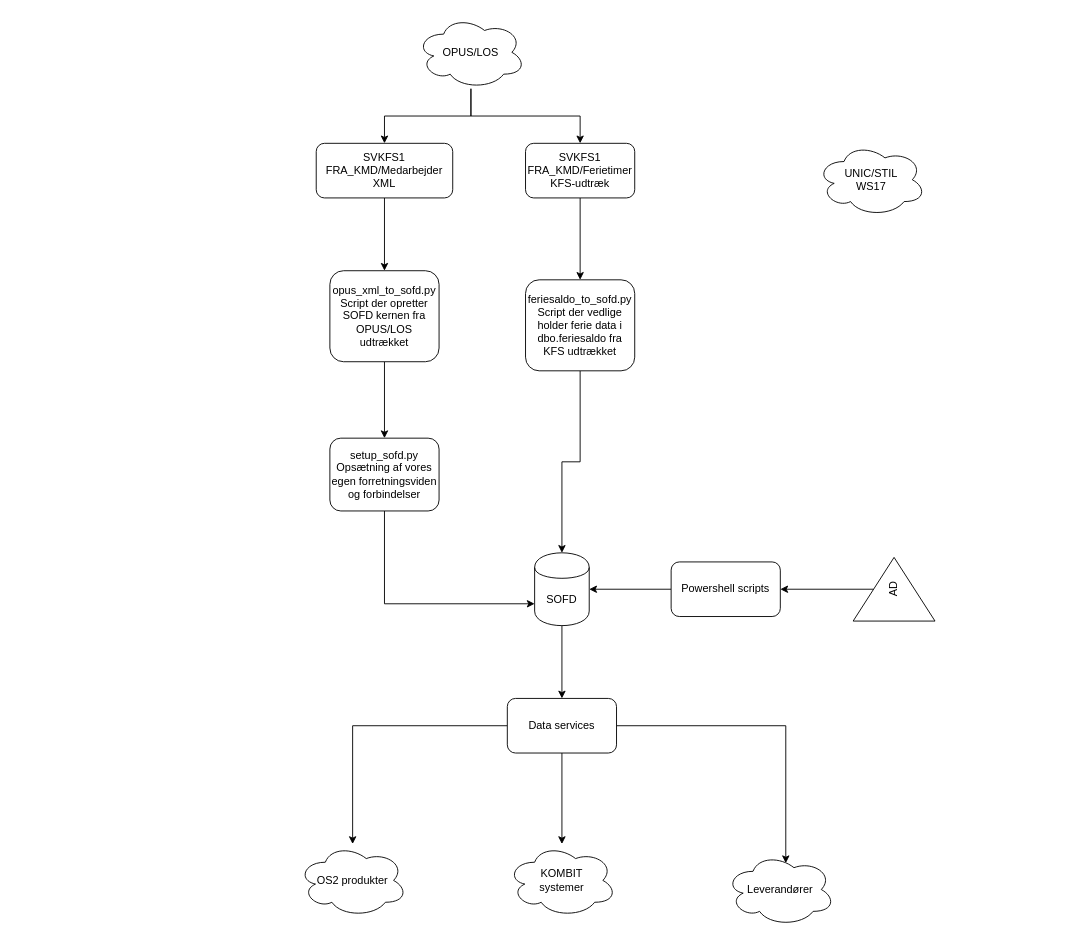
This is SOFD_overordnet.drawio from Skanderborg/SOFD, a draw.io file, before an edit. Source tidied: cells renumbered, new cells numbered last; positions are measured from the earlier drawing's top-left corner, leaving out a move shared by most shapes. Both pictures are drawn from the tidied source at 91%, with x=0, y=0 at pixel (298, 15).
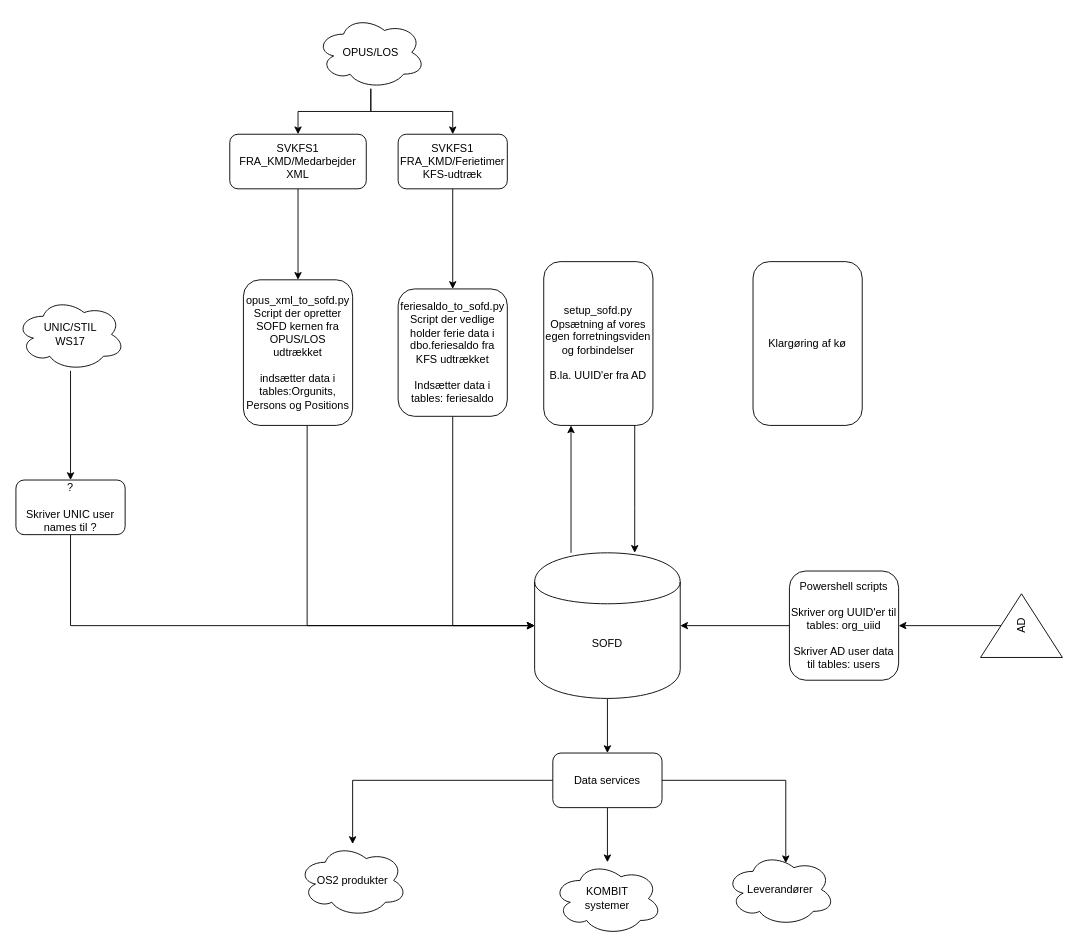
Above is the later version.

What changed in the source:
```diff
@@
     <mxCell id="4" value="OPUS/LOS" style="ellipse;shape=cloud;whiteSpace=wrap;html=1;" parent="1" vertex="1">
-      <mxGeometry x="130" width="120" height="80" as="geometry" />
+      <mxGeometry x="20" width="120" height="80" as="geometry" />
     </mxCell>
@@
     <mxCell id="6" value="&lt;div&gt;SVKFS1&lt;/div&gt;&lt;div&gt;FRA_KMD/Medarbejder&lt;br&gt;XML&lt;br&gt;&lt;/div&gt;" style="rounded=1;whiteSpace=wrap;html=1;" parent="1" vertex="1">
-      <mxGeometry x="20" y="140" width="150" height="60" as="geometry" />
+      <mxGeometry x="-75" y="130" width="150" height="60" as="geometry" />
     </mxCell>
@@
     <mxCell id="8" value="&lt;div&gt;SVKFS1&lt;/div&gt;&lt;div&gt;FRA_KMD/Ferietimer&lt;/div&gt;&lt;div&gt;KFS-udtræk&lt;br&gt;&lt;/div&gt;" style="rounded=1;whiteSpace=wrap;html=1;" parent="1" vertex="1">
-      <mxGeometry x="250" y="140" width="120" height="60" as="geometry" />
+      <mxGeometry x="110" y="130" width="120" height="60" as="geometry" />
     </mxCell>
@@
+    <mxCell id="29" style="edgeStyle=orthogonalEdgeStyle;rounded=0;jettySize=auto;html=1;" parent="1" edge="1" source="10" target="14">
+      <mxGeometry relative="1" as="geometry">
+        <Array as="points">
+          <mxPoint x="300" y="520" />
+          <mxPoint x="300" y="520" />
+        </Array>
+      </mxGeometry>
+    </mxCell>
     <mxCell id="10" value="SOFD" style="shape=cylinder;whiteSpace=wrap;html=1;boundedLbl=1;backgroundOutline=1;" parent="1" vertex="1">
-      <mxGeometry x="260" y="590" width="60" height="80" as="geometry" />
+      <mxGeometry x="260" y="590" width="160" height="160" as="geometry" />
     </mxCell>
-    <mxCell id="11" style="edgeStyle=orthogonalEdgeStyle;rounded=0;jettySize=auto;html=1;" parent="1" edge="1" source="12" target="14">
-      <mxGeometry relative="1" as="geometry" />
-    </mxCell>
+    <mxCell id="30" style="edgeStyle=orthogonalEdgeStyle;rounded=0;jettySize=auto;html=1;entryX=0;entryY=0.5;entryDx=0;entryDy=0;" parent="1" edge="1" source="12" target="10">
+      <mxGeometry relative="1" as="geometry">
+        <Array as="points">
+          <mxPoint x="10" y="670" />
+        </Array>
+      </mxGeometry>
+    </mxCell>
-    <mxCell id="12" value="&lt;div&gt;opus_xml_to_sofd.py&lt;/div&gt;&lt;div&gt;Script der opretter SOFD kernen fra OPUS/LOS udtrækket&lt;br&gt;&lt;/div&gt;" style="rounded=1;whiteSpace=wrap;html=1;" parent="1" vertex="1">
-      <mxGeometry x="35" y="280" width="120" height="100" as="geometry" />
+    <mxCell id="12" value="&lt;div&gt;opus_xml_to_sofd.py&lt;/div&gt;&lt;div&gt;Script der opretter SOFD kernen fra OPUS/LOS udtrækket&lt;br&gt;&lt;/div&gt;&lt;div&gt;&lt;br&gt;&lt;/div&gt;&lt;div&gt;indsætter data i tables:Orgunits, Persons og Positions&lt;br&gt;&lt;/div&gt;" style="rounded=1;whiteSpace=wrap;html=1;" parent="1" vertex="1">
+      <mxGeometry x="-60" y="290" width="120" height="160" as="geometry" />
     </mxCell>
-    <mxCell id="13" style="edgeStyle=orthogonalEdgeStyle;rounded=0;jettySize=auto;html=1;entryX=0;entryY=0.7;entryDx=0;entryDy=0;" parent="1" edge="1" source="14" target="10">
+    <mxCell id="13" style="edgeStyle=orthogonalEdgeStyle;rounded=0;jettySize=auto;html=1;" parent="1" edge="1" source="14" target="10">
       <mxGeometry relative="1" as="geometry">
         <Array as="points">
-          <mxPoint x="95" y="646" />
+          <mxPoint x="370" y="540" />
+          <mxPoint x="370" y="540" />
         </Array>
       </mxGeometry>
     </mxCell>
-    <mxCell id="14" value="&lt;div&gt;setup_sofd.py&lt;/div&gt;&lt;div&gt;Opsætning af vores egen forretningsviden og forbindelser&lt;br&gt;&lt;/div&gt;" style="rounded=1;whiteSpace=wrap;html=1;" parent="1" vertex="1">
-      <mxGeometry x="35" y="464" width="120" height="80" as="geometry" />
+    <mxCell id="14" value="&lt;div&gt;setup_sofd.py&lt;/div&gt;&lt;div&gt;Opsætning af vores egen forretningsviden og forbindelser&lt;/div&gt;&lt;div&gt;&lt;br&gt;&lt;/div&gt;&lt;div&gt;B.la. UUID'er fra AD&lt;br&gt;&lt;/div&gt;" style="rounded=1;whiteSpace=wrap;html=1;" parent="1" vertex="1">
+      <mxGeometry x="270" y="270" width="120" height="180" as="geometry" />
     </mxCell>
+    <mxCell id="31" style="edgeStyle=orthogonalEdgeStyle;rounded=0;jettySize=auto;html=1;" parent="1" edge="1" source="15" target="33">
+      <mxGeometry relative="1" as="geometry" />
+    </mxCell>
     <mxCell id="15" value="&lt;div&gt;UNIC/STIL&lt;/div&gt;&lt;div&gt;WS17&lt;br&gt;&lt;/div&gt;" style="ellipse;shape=cloud;whiteSpace=wrap;html=1;" parent="1" vertex="1">
-      <mxGeometry x="570" y="140" width="120" height="80" as="geometry" />
+      <mxGeometry x="-310" y="310" width="120" height="80" as="geometry" />
     </mxCell>
@@
     <mxCell id="17" value="AD" style="triangle;whiteSpace=wrap;html=1;rotation=-90;" parent="1" vertex="1">
-      <mxGeometry x="620" y="585" width="70" height="90" as="geometry" />
+      <mxGeometry x="760" y="625" width="70" height="90" as="geometry" />
     </mxCell>
@@
-    <mxCell id="19" value="Powershell scripts" style="rounded=1;whiteSpace=wrap;html=1;" parent="1" vertex="1">
-      <mxGeometry x="410" y="600" width="120" height="60" as="geometry" />
+    <mxCell id="19" value="&lt;div&gt;Powershell scripts&lt;/div&gt;&lt;div&gt;&lt;br&gt;&lt;/div&gt;&lt;div&gt;Skriver org UUID'er til &lt;br&gt;&lt;/div&gt;&lt;div&gt;tables: org_uiid&lt;/div&gt;&lt;div&gt;&lt;br&gt;&lt;/div&gt;&lt;div&gt;Skriver AD user data til tables: users&lt;br&gt;&lt;/div&gt;" style="rounded=1;whiteSpace=wrap;html=1;" parent="1" vertex="1">
+      <mxGeometry x="540" y="610" width="120" height="120" as="geometry" />
     </mxCell>
@@
     <mxCell id="23" value="Data services" style="rounded=1;whiteSpace=wrap;html=1;" parent="1" vertex="1">
-      <mxGeometry x="230" y="750" width="120" height="60" as="geometry" />
+      <mxGeometry x="280" y="810" width="120" height="60" as="geometry" />
     </mxCell>
@@
     <mxCell id="25" value="&lt;div&gt;KOMBIT&lt;/div&gt;&lt;div&gt;systemer&lt;/div&gt;" style="ellipse;shape=cloud;whiteSpace=wrap;html=1;" parent="1" vertex="1">
-      <mxGeometry x="230" y="910" width="120" height="80" as="geometry" />
+      <mxGeometry x="280" y="930" width="120" height="80" as="geometry" />
     </mxCell>
@@
     <mxCell id="27" style="edgeStyle=orthogonalEdgeStyle;rounded=0;jettySize=auto;html=1;" parent="1" edge="1" source="28" target="10">
-      <mxGeometry relative="1" as="geometry" />
+      <mxGeometry relative="1" as="geometry">
+        <Array as="points">
+          <mxPoint x="170" y="670" />
+        </Array>
+      </mxGeometry>
     </mxCell>
-    <mxCell id="28" value="&lt;div&gt;feriesaldo_to_sofd.py&lt;/div&gt;&lt;div&gt;Script der vedlige holder ferie data i dbo.feriesaldo fra KFS udtrækket&lt;br&gt;&lt;/div&gt;" style="rounded=1;whiteSpace=wrap;html=1;" parent="1" vertex="1">
-      <mxGeometry x="250" y="290" width="120" height="100" as="geometry" />
+    <mxCell id="28" value="&lt;div&gt;feriesaldo_to_sofd.py&lt;/div&gt;&lt;div&gt;Script der vedlige holder ferie data i dbo.feriesaldo fra KFS udtrækket&lt;br&gt;&lt;/div&gt;&lt;div&gt;&lt;br&gt;&lt;/div&gt;&lt;div&gt;Indsætter data i tables: feriesaldo&lt;br&gt;&lt;/div&gt;" style="rounded=1;whiteSpace=wrap;html=1;" parent="1" vertex="1">
+      <mxGeometry x="110" y="300" width="120" height="140" as="geometry" />
     </mxCell>
+    <mxCell id="32" style="edgeStyle=orthogonalEdgeStyle;rounded=0;jettySize=auto;html=1;" parent="1" edge="1" source="33">
+      <mxGeometry relative="1" as="geometry">
+        <mxPoint x="260" y="670" as="targetPoint" />
+        <Array as="points">
+          <mxPoint x="-250" y="670" />
+          <mxPoint x="260" y="670" />
+        </Array>
+      </mxGeometry>
+    </mxCell>
+    <mxCell id="33" value="&lt;div&gt;?&lt;/div&gt;&lt;div&gt;&lt;br&gt;&lt;/div&gt;&lt;div&gt;Skriver UNIC user names til ?&lt;br&gt;&lt;/div&gt;" style="rounded=1;whiteSpace=wrap;html=1;" parent="1" vertex="1">
+      <mxGeometry x="-310" y="510" width="120" height="60" as="geometry" />
+    </mxCell>
+    <mxCell id="34" value="Klargøring af kø" style="rounded=1;whiteSpace=wrap;html=1;" parent="1" vertex="1">
+      <mxGeometry x="500" y="270" width="120" height="180" as="geometry" />
+    </mxCell>
```
